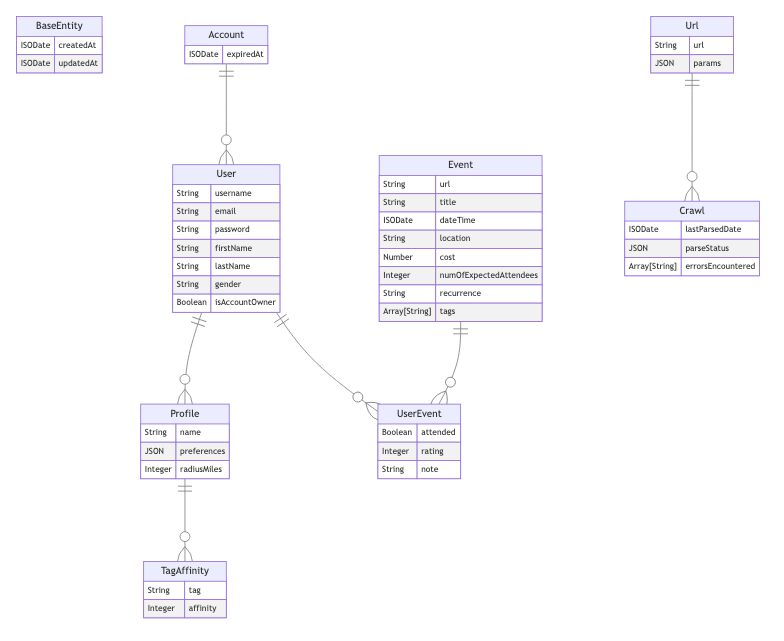
Above: schema.png in fptmark/events (Mermaid), before the change. Its source is kept beside it as schema.mmd.
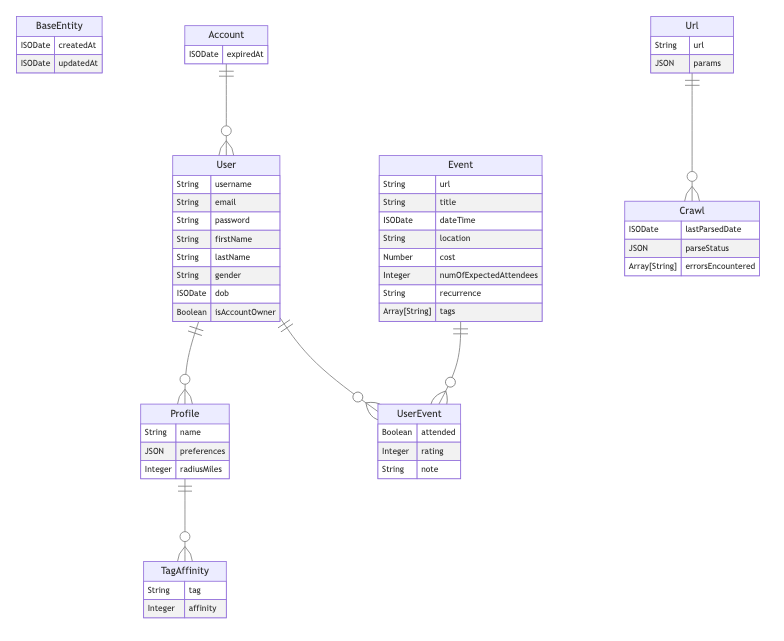
The same diagram one commit later.

Commit message:
add ui and operations to schema

Change to the diagram source:
```diff
@@ -1,7 +1,7 @@
 erDiagram
     BaseEntity {
-        ISODate createdAt %% @validate { required: true, autoGenerate: true }
-        ISODate updatedAt %% @validate { required: true, autoUpdate: true }
+        ISODate createdAt %% @validate { required: true, autoGenerate: true } @ui { display: "form|details"}
+        ISODate updatedAt %% @validate { required: true, autoUpdate: true } @ui { display: "form|details"}
     }
 
 
@@ -14,18 +14,19 @@
     User {
         String username          %% @validate { required: true, minLength: 3, maxLength: 50 }, @ui { displayName: "whos your daddy?" }, @unique
         String email             %% @validate { required: true, minLength: 8, maxLength: 50, pattern: "dictionary=pattern.email", "pattern.message": "Bad email address format" }, @unique
-        String password          %% @validate { required: true, minLength: 8 }
-        String firstName         %% @validate { required: true, minLength: 3, maxLength: 100 }
+        String password          %% @validate { required: true, minLength: 8 } @ui { displayName: "First Name", display: "details"}
+        String firstName         %% @validate { required: true, minLength: 3, maxLength: 100 }, @ui { displayName: "Last Name" }
         String lastName          %% @validate { required: true, minLength: 3, maxLength: 100 }
         String gender            %% @validate { required: false, enum: ["male", "female", "other"], "enum.message": "must be male or female" }
-        Boolean isAccountOwner   %% @validate { required: true }
+        ISODate dob
+        Boolean isAccountOwner   %% @validate { required: true }, @ui { displayName: "Owner"}
 
     }
 
 
     Profile {
         String name          %% @validate { required: true, maxLength: 100 }
-        JSON preferences     %% @validate { required: false }
+        JSON preferences     %% @validate { required: false } @ui { display: "details"}
         Integer radiusMiles  %% @validate { required: false, min: 0 }
 
     }
@@ -43,10 +44,10 @@
         String title                       %% @validate { required: true, maxLength: 200 }
         ISODate dateTime                   %% @validate { required: true }
         String location                    %% @validate { required: false, maxLength: 200 }
-        Number cost                        %% @validate { required: false, min: 0 }
-        Integer numOfExpectedAttendees     %% @validate { required: false, min: 0 }
-        String recurrence                  %% @validate { required: false, enum: ["daily", "weekly", "monthly", "yearly"] }
-        Array[String] tags                 %% @validate { required: false }
+        Number cost                        %% @validate { required: false, min: 0 } @ui { display: "details"}
+        Integer numOfExpectedAttendees     %% @validate { required: false, min: 0 } @ui { display: "details"}
+        String recurrence                  %% @validate { required: false, enum: ["daily", "weekly", "monthly", "yearly"] } @ui { display: "details"}
+        Array[String] tags                 %% @validate { required: false } @ui { display: "details"}
 
     }
 
@@ -54,7 +55,7 @@
     UserEvent {
         Boolean attended     %% @validate { required: false }
         Integer rating       %% @validate { required: false, min: 1, max: 5 }
-        String note          %% @validate { required: false, maxLength: 500 }
+        String note          %% @validate { required: false, maxLength: 500 } @ui { display: "details"}
 
     }
 
```
